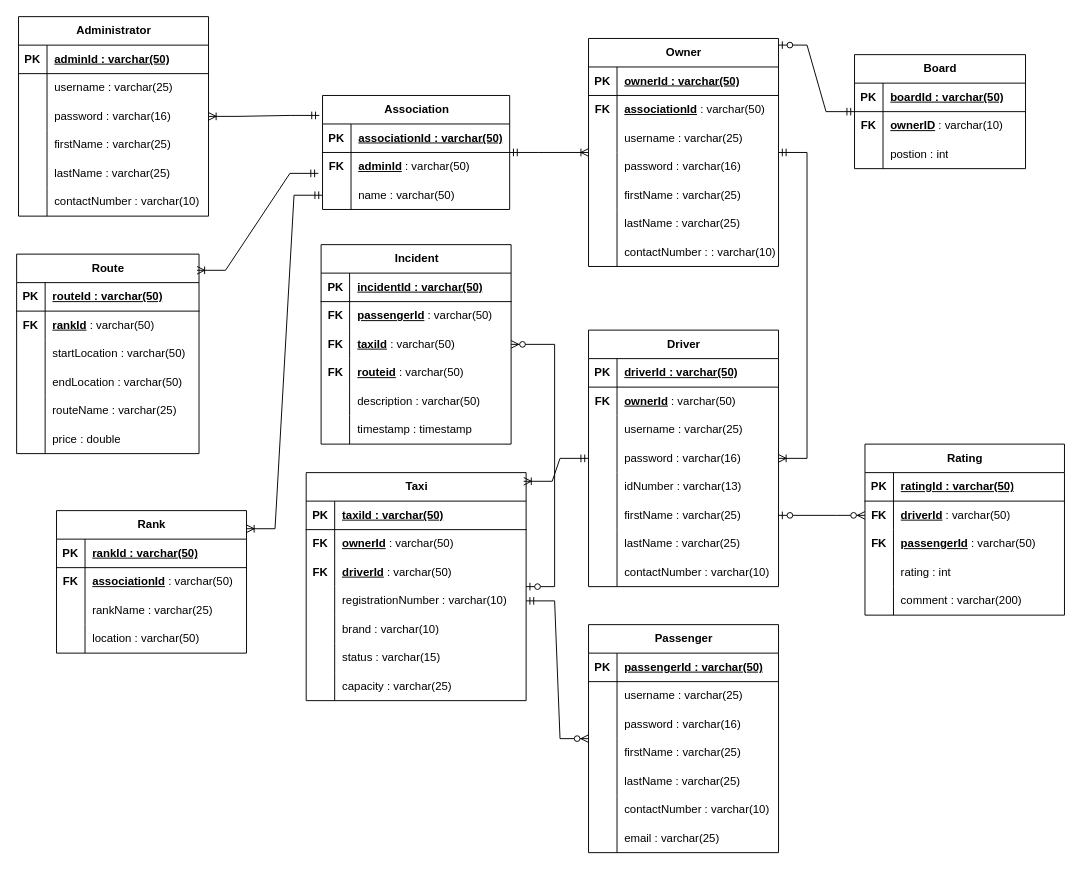
This is Asambeni-TS.drawio from Ms-P-Hub/Asambeni-Taxi-System, a draw.io file, before an edit. Source tidied: cells renumbered, new cells numbered last; positions are measured from the earlier drawing's top-left corner, leaving out a move shared by most shapes. Both pictures are drawn from the tidied source at 95%, with x=0, y=0 at pixel (16, -12).
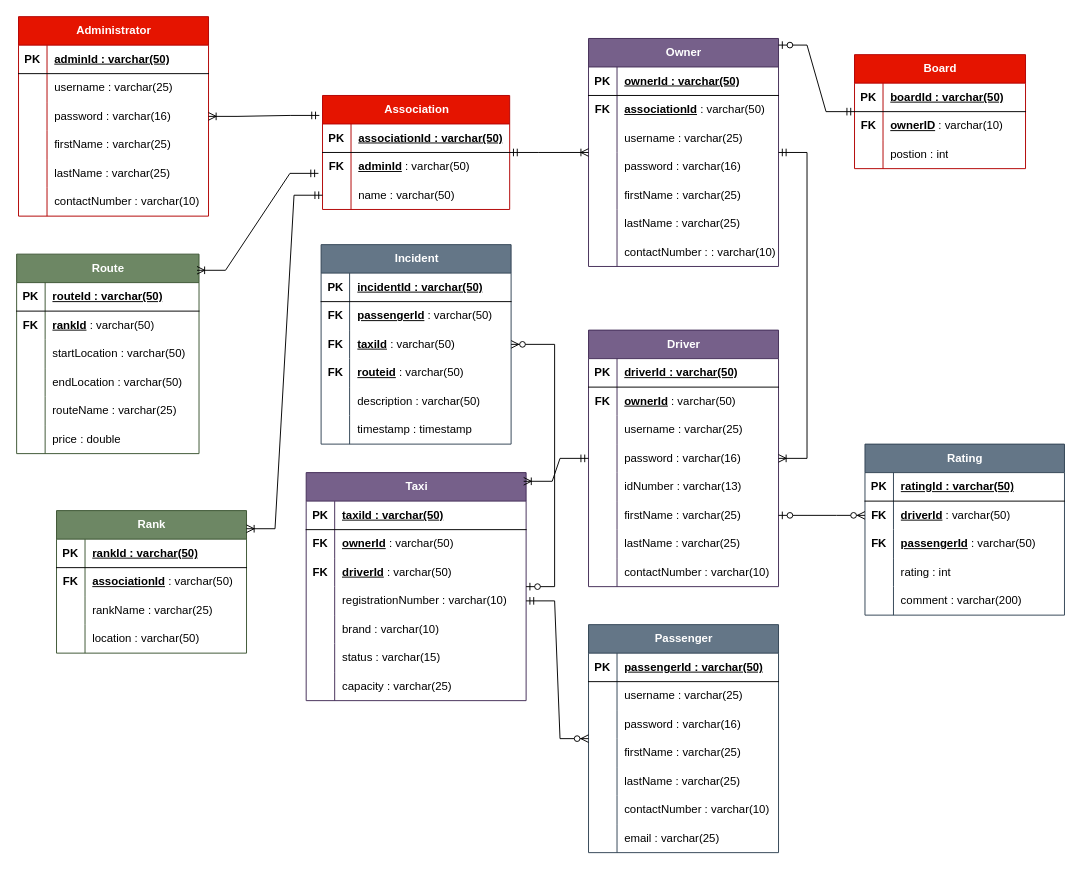
The same page after the edit.

Change to the diagram source:
```diff
@@
-    <mxCell id="2" value="Administrator" style="shape=table;startSize=30;childLayout=tableLayout;rowLines=0;fontStyle=1;align=center;html=1;" parent="1" vertex="1">
+    <mxCell id="2" value="Administrator" style="shape=table;startSize=30;childLayout=tableLayout;rowLines=0;fontStyle=1;align=center;html=1;fillColor=#e51400;strokeColor=#B20000;fontColor=#ffffff;" parent="1" vertex="1">
       <mxGeometry x="2" y="30" width="200" height="210" as="geometry" />
     </mxCell>
@@
-    <mxCell id="21" value="Association" style="shape=table;startSize=30;childLayout=tableLayout;rowLines=0;fontStyle=1;align=center;html=1;" parent="1" vertex="1">
+    <mxCell id="21" value="Association" style="shape=table;startSize=30;childLayout=tableLayout;rowLines=0;fontStyle=1;align=center;html=1;fillColor=#e51400;fontColor=#ffffff;strokeColor=#B20000;" parent="1" vertex="1">
       <mxGeometry x="322" y="113" width="197" height="120" as="geometry" />
     </mxCell>
@@
-    <mxCell id="31" value="Owner" style="shape=table;startSize=30;childLayout=tableLayout;rowLines=0;fontStyle=1;align=center;html=1;" parent="1" vertex="1">
+    <mxCell id="31" value="Owner" style="shape=table;startSize=30;childLayout=tableLayout;rowLines=0;fontStyle=1;align=center;html=1;fillColor=#76608a;fontColor=#ffffff;strokeColor=#432D57;" parent="1" vertex="1">
       <mxGeometry x="602" y="53" width="200" height="240" as="geometry" />
     </mxCell>
@@
-    <mxCell id="55" value="Driver" style="shape=table;startSize=30;childLayout=tableLayout;rowLines=0;fontStyle=1;align=center;html=1;" parent="1" vertex="1">
+    <mxCell id="55" value="Driver" style="shape=table;startSize=30;childLayout=tableLayout;rowLines=0;fontStyle=1;align=center;html=1;fillColor=#76608a;fontColor=#ffffff;strokeColor=#432D57;" parent="1" vertex="1">
       <mxGeometry x="602" y="360" width="200" height="270" as="geometry" />
     </mxCell>
@@
-    <mxCell id="81" value="Taxi" style="shape=table;startSize=30;childLayout=tableLayout;rowLines=0;fontStyle=1;align=center;html=1;" parent="1" vertex="1">
+    <mxCell id="81" value="Taxi" style="shape=table;startSize=30;childLayout=tableLayout;rowLines=0;fontStyle=1;align=center;html=1;fillColor=#76608a;fontColor=#ffffff;strokeColor=#432D57;" parent="1" vertex="1">
       <mxGeometry x="304.8" y="510" width="231.5" height="240" as="geometry" />
     </mxCell>
@@
-    <mxCell id="103" value="Incident" style="shape=table;startSize=30;childLayout=tableLayout;rowLines=0;fontStyle=1;align=center;html=1;" parent="1" vertex="1">
+    <mxCell id="103" value="Incident" style="shape=table;startSize=30;childLayout=tableLayout;rowLines=0;fontStyle=1;align=center;html=1;fillColor=#647687;fontColor=#ffffff;strokeColor=#314354;" parent="1" vertex="1">
       <mxGeometry x="320.5" y="270" width="200" height="210" as="geometry" />
     </mxCell>
@@
-    <mxCell id="124" value="Route" style="shape=table;startSize=30;childLayout=tableLayout;rowLines=0;fontStyle=1;align=center;html=1;" parent="1" vertex="1">
+    <mxCell id="124" value="Route" style="shape=table;startSize=30;childLayout=tableLayout;rowLines=0;fontStyle=1;align=center;html=1;fillColor=#6d8764;fontColor=#ffffff;strokeColor=#3A5431;" parent="1" vertex="1">
       <mxGeometry y="280" width="192" height="210" as="geometry" />
     </mxCell>
@@
-    <mxCell id="144" value="Rank" style="shape=table;startSize=30;childLayout=tableLayout;rowLines=0;fontStyle=1;align=center;html=1;" parent="1" vertex="1">
+    <mxCell id="144" value="Rank" style="shape=table;startSize=30;childLayout=tableLayout;rowLines=0;fontStyle=1;align=center;html=1;fillColor=#6d8764;fontColor=#ffffff;strokeColor=#3A5431;" parent="1" vertex="1">
       <mxGeometry x="42" y="550" width="200" height="150" as="geometry" />
     </mxCell>
@@
-    <mxCell id="158" value="Passenger" style="shape=table;startSize=30;childLayout=tableLayout;rowLines=0;fontStyle=1;align=center;html=1;" parent="1" vertex="1">
+    <mxCell id="158" value="Passenger" style="shape=table;startSize=30;childLayout=tableLayout;rowLines=0;fontStyle=1;align=center;html=1;fillColor=#647687;fontColor=#ffffff;strokeColor=#314354;" parent="1" vertex="1">
       <mxGeometry x="602" y="670" width="200" height="240" as="geometry" />
     </mxCell>
@@
-    <mxCell id="181" value="Rating" style="shape=table;startSize=30;childLayout=tableLayout;rowLines=0;fontStyle=1;align=center;html=1;" parent="1" vertex="1">
+    <mxCell id="181" value="Rating" style="shape=table;startSize=30;childLayout=tableLayout;rowLines=0;fontStyle=1;align=center;html=1;fillColor=#647687;fontColor=#ffffff;strokeColor=#314354;" parent="1" vertex="1">
       <mxGeometry x="893" y="480" width="210" height="180" as="geometry" />
     </mxCell>
@@
-    <mxCell id="197" value="Board" style="shape=table;startSize=30;childLayout=tableLayout;rowLines=0;fontStyle=1;align=center;html=1;" parent="1" vertex="1">
+    <mxCell id="197" value="Board" style="shape=table;startSize=30;childLayout=tableLayout;rowLines=0;fontStyle=1;align=center;html=1;fillColor=#e51400;fontColor=#ffffff;strokeColor=#B20000;" parent="1" vertex="1">
       <mxGeometry x="882" y="70" width="180" height="120" as="geometry" />
     </mxCell>
```
